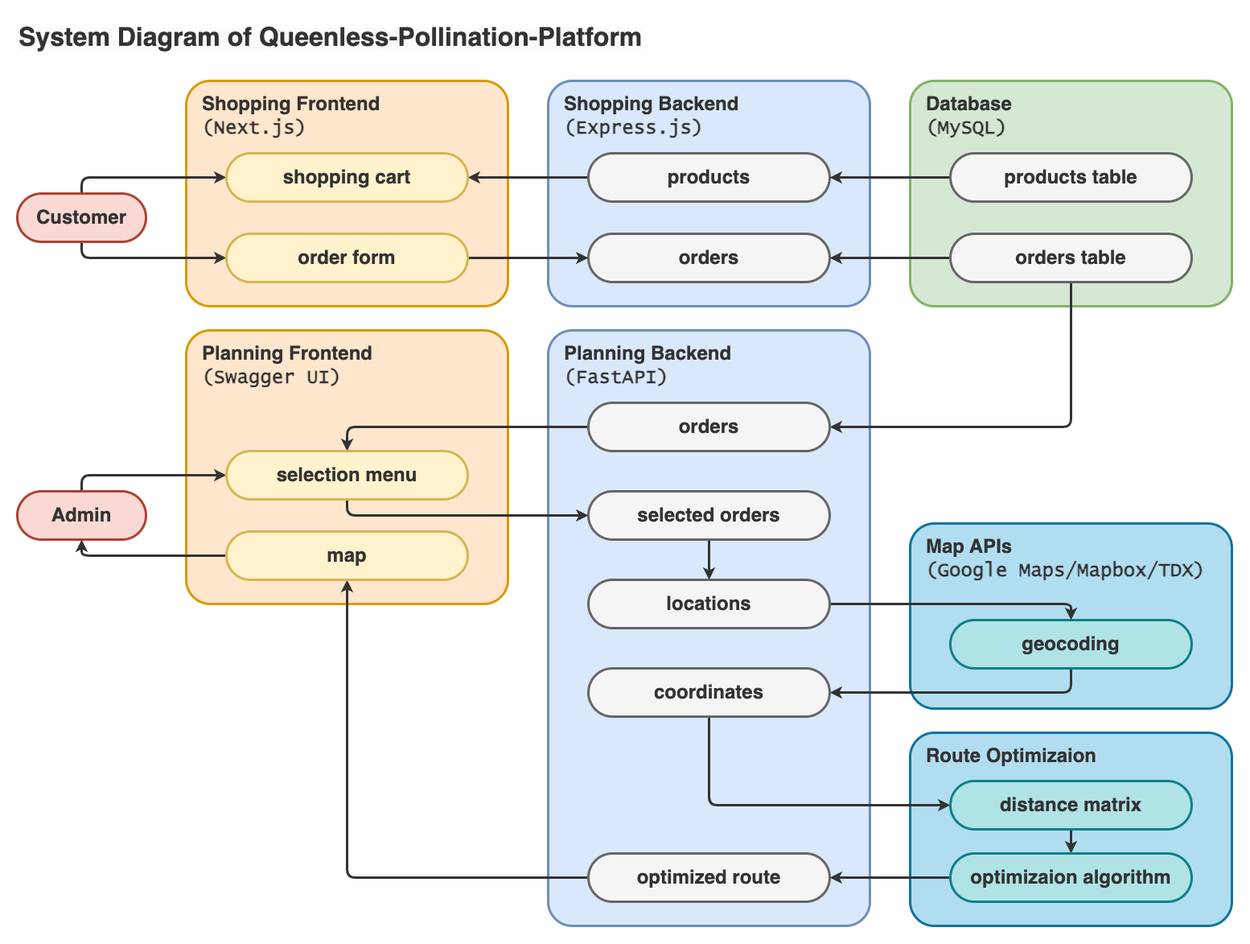
Earlier version of the draw.io export system-diagram.drawio.png (andrewchiull/Queenless-Pollination-Platform). Source tidied: cells renumbered, new cells last; positions are measured from the earlier drawing's top-left corner, leaving out a move shared by most shapes.
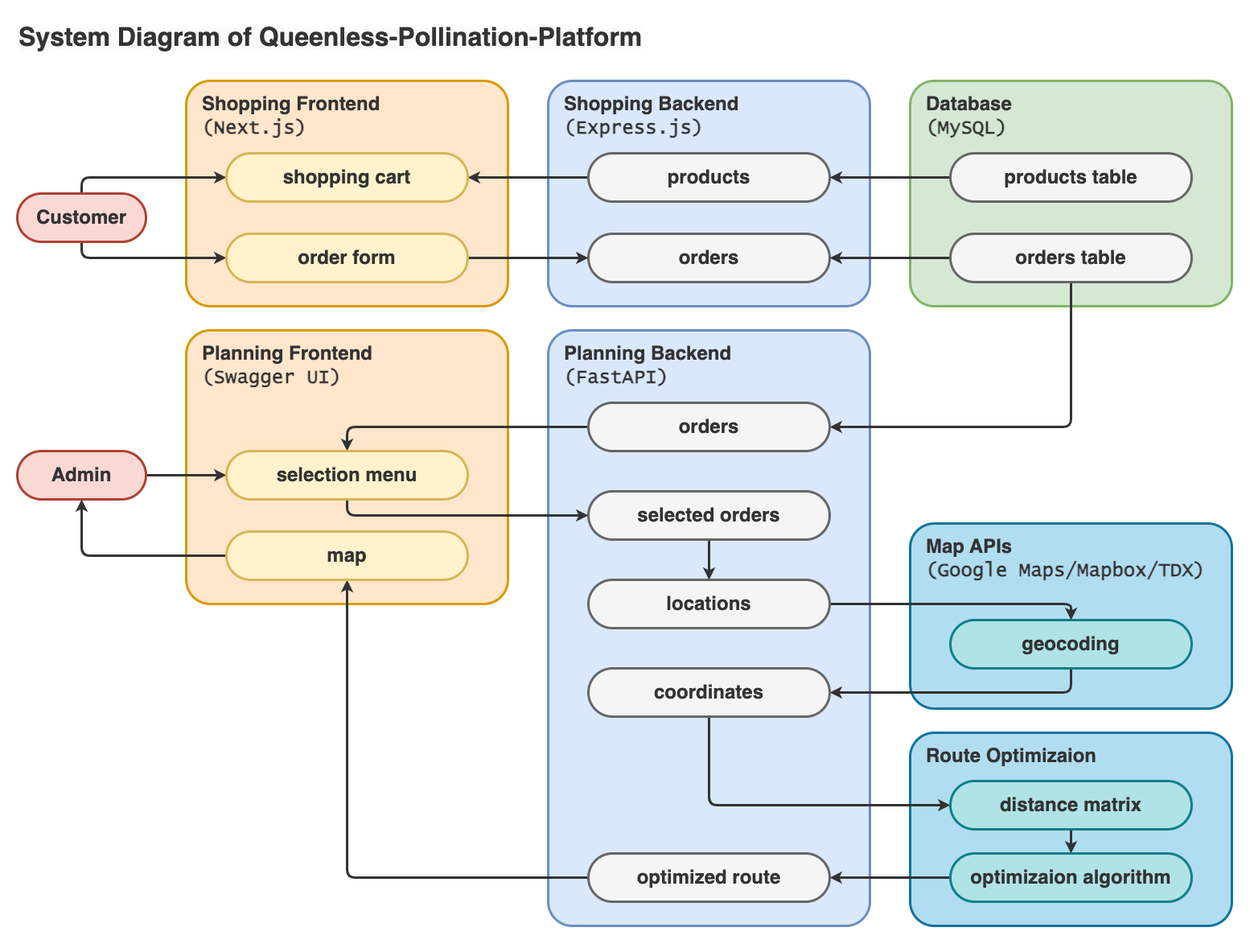
Later version of the same file.

Diff of the diagram source:
```diff
@@ -62,11 +62,11 @@
     <mxCell id="19" value="&lt;span style=&quot;&quot;&gt;Customer&lt;/span&gt;" style="rounded=1;whiteSpace=wrap;html=1;fontSize=24;fillColor=#fad9d5;strokeColor=#ae4132;strokeWidth=3;fontStyle=1;spacing=0;spacingTop=0;spacingLeft=0;arcSize=60;absoluteArcSize=1;fontColor=#333333;" parent="1" vertex="1">
       <mxGeometry y="220" width="160" height="60" as="geometry" />
     </mxCell>
-    <mxCell id="20" style="edgeStyle=orthogonalEdgeStyle;html=1;exitX=0.5;exitY=0;exitDx=0;exitDy=0;entryX=0;entryY=0.5;entryDx=0;entryDy=0;fontColor=#333333;strokeWidth=3;strokeColor=#333333;" parent="1" edge="1" source="21" target="47">
+    <mxCell id="20" style="edgeStyle=orthogonalEdgeStyle;html=1;exitX=1;exitY=0.5;exitDx=0;exitDy=0;entryX=0;entryY=0.5;entryDx=0;entryDy=0;fontColor=#333333;strokeWidth=3;strokeColor=#333333;" parent="1" edge="1" source="21" target="47">
       <mxGeometry relative="1" as="geometry" />
     </mxCell>
     <mxCell id="21" value="&lt;span style=&quot;&quot;&gt;Admin&lt;/span&gt;" style="rounded=1;whiteSpace=wrap;html=1;fontSize=24;fillColor=#fad9d5;strokeColor=#ae4132;strokeWidth=3;fontStyle=1;spacing=0;spacingTop=0;spacingLeft=0;arcSize=60;absoluteArcSize=1;fontColor=#333333;" parent="1" vertex="1">
-      <mxGeometry y="590" width="160" height="60" as="geometry" />
+      <mxGeometry y="540" width="160" height="60" as="geometry" />
     </mxCell>
     <mxCell id="22" style="edgeStyle=orthogonalEdgeStyle;html=1;exitX=1;exitY=0.5;exitDx=0;exitDy=0;entryX=0;entryY=0.5;entryDx=0;entryDy=0;strokeWidth=3;fontColor=#333333;strokeColor=#333333;" parent="1" edge="1" source="23" target="14">
       <mxGeometry relative="1" as="geometry" />
```
